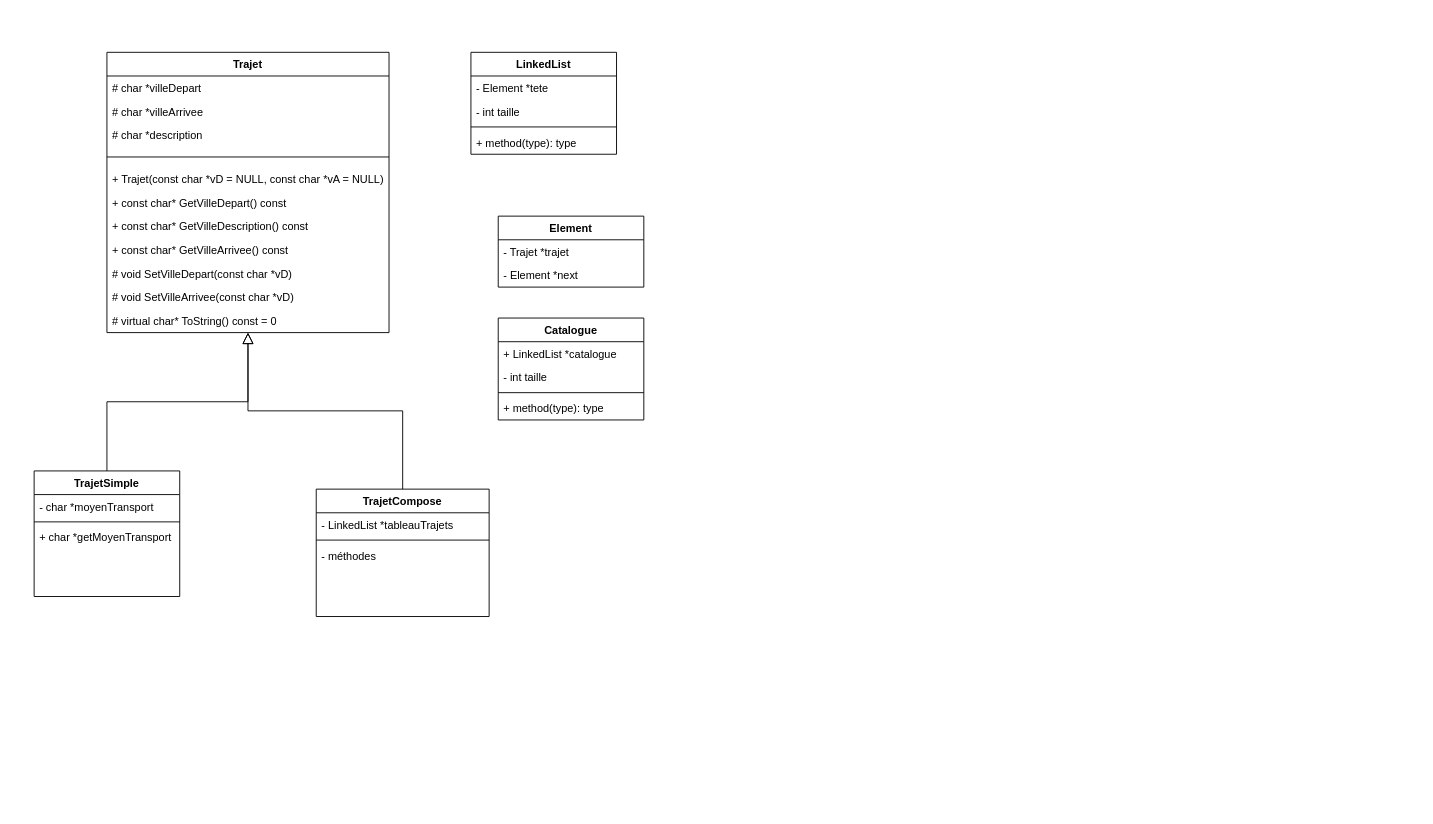
This is CPP_TP1_UML.drawio from Arkpsss/CPP_TP2, a draw.io file, before an edit. Source tidied: cells renumbered, new cells numbered last; positions are measured from the earlier drawing's top-left corner, leaving out a move shared by most shapes. Both pictures are drawn from the tidied source at 91%, with x=0, y=0 at pixel (34, 52).
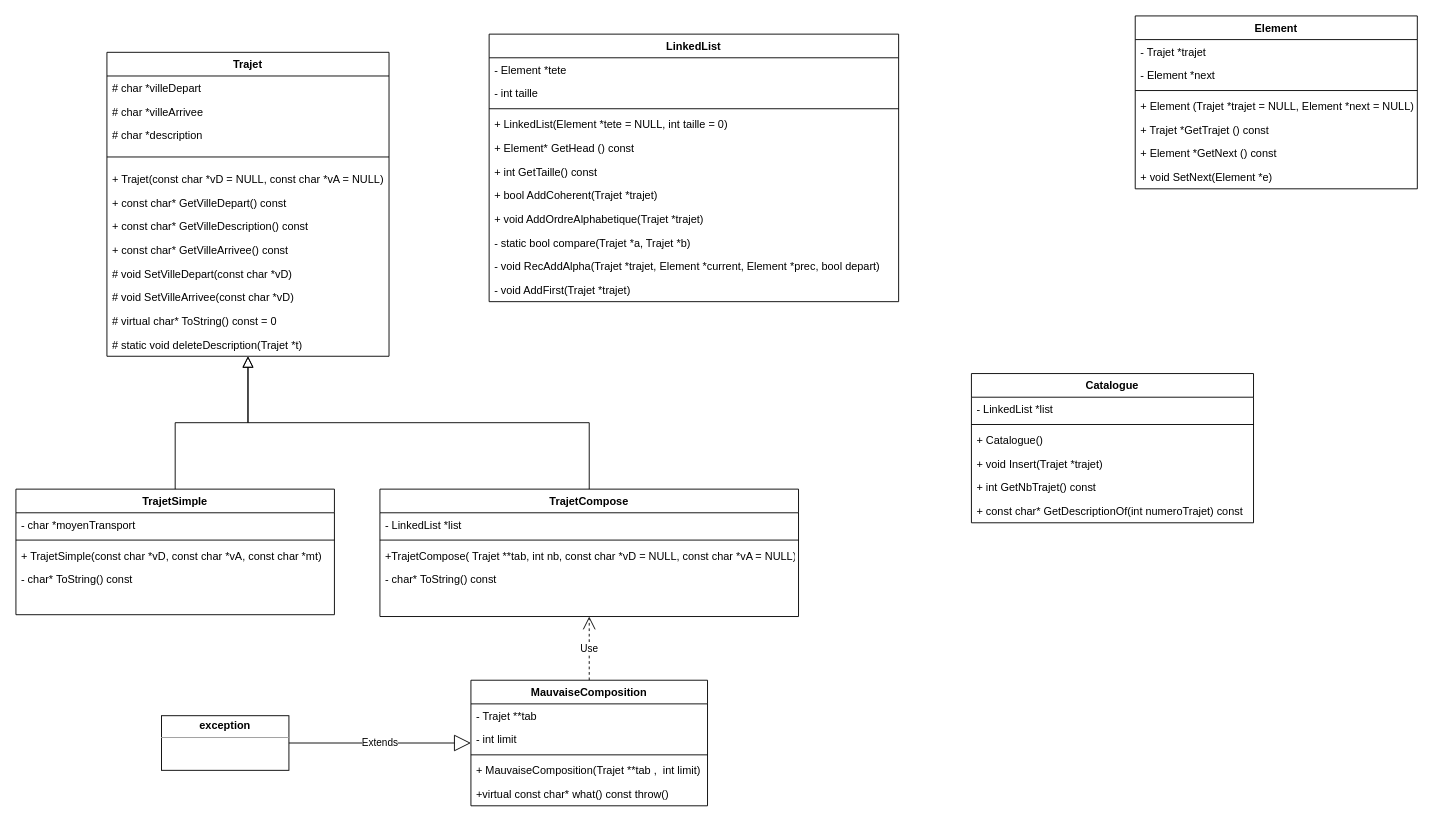
The same diagram, later.

Commit message:
Def des attributs et méthodes pour chaque classe

The edit, as a diff of the source:
```diff
@@
     <mxCell id="2" value="Trajet" style="swimlane;fontStyle=1;align=center;verticalAlign=top;horizontal=1;startSize=26;rounded=0;shadow=0;strokeWidth=1;" parent="1" vertex="1">
-      <mxGeometry x="80" width="310" height="308" as="geometry" />
+      <mxGeometry x="80" width="310" height="334" as="geometry" />
     </mxCell>
@@
+    <mxCell id="37" value="# static void deleteDescription(Trajet *t)" style="text;align=left;verticalAlign=top;spacingLeft=4;spacingRight=4;overflow=hidden;" parent="2" vertex="1">
+      <mxGeometry y="308" width="310" height="26" as="geometry" />
+    </mxCell>
     <mxCell id="14" value="TrajetSimple&#10;" style="swimlane;fontStyle=1;align=center;verticalAlign=top;horizontal=1;startSize=26;rounded=0;shadow=0;strokeWidth=1;" parent="1" vertex="1">
-      <mxGeometry y="460" width="160" height="138" as="geometry" />
+      <mxGeometry x="-20" y="480" width="350" height="138" as="geometry" />
     </mxCell>
     <mxCell id="15" value="- char *moyenTransport" style="text;align=left;verticalAlign=top;spacingLeft=4;spacingRight=4;overflow=hidden;" parent="14" vertex="1">
-      <mxGeometry y="26" width="160" height="26" as="geometry" />
+      <mxGeometry y="26" width="350" height="26" as="geometry" />
     </mxCell>
     <mxCell id="16" style="line;html=1;strokeWidth=1;align=left;verticalAlign=middle;spacingTop=-1;spacingLeft=3;spacingRight=3;labelPosition=right;" parent="14" vertex="1">
-      <mxGeometry y="52" width="160" height="8" as="geometry" />
+      <mxGeometry y="52" width="350" height="8" as="geometry" />
     </mxCell>
-    <mxCell id="17" value="+ char *getMoyenTransport" style="text;align=left;verticalAlign=top;spacingLeft=4;spacingRight=4;overflow=hidden;" parent="14" vertex="1">
-      <mxGeometry y="60" width="160" height="26" as="geometry" />
+    <mxCell id="17" value="+ TrajetSimple(const char *vD, const char *vA, const char *mt)" style="text;align=left;verticalAlign=top;spacingLeft=4;spacingRight=4;overflow=hidden;" parent="14" vertex="1">
+      <mxGeometry y="60" width="350" height="26" as="geometry" />
     </mxCell>
+    <mxCell id="38" value="- char* ToString() const" style="text;align=left;verticalAlign=top;spacingLeft=4;spacingRight=4;overflow=hidden;" parent="14" vertex="1">
+      <mxGeometry y="86" width="350" height="26" as="geometry" />
+    </mxCell>
@@
     <mxCell id="19" value="TrajetCompose" style="swimlane;fontStyle=1;align=center;verticalAlign=top;horizontal=1;startSize=26;rounded=0;shadow=0;strokeWidth=1;" parent="1" vertex="1">
-      <mxGeometry x="310" y="480" width="190" height="140" as="geometry" />
+      <mxGeometry x="380" y="480" width="460" height="140" as="geometry" />
     </mxCell>
-    <mxCell id="20" value="- LinkedList *tableauTrajets" style="text;align=left;verticalAlign=top;spacingLeft=4;spacingRight=4;overflow=hidden;" parent="19" vertex="1">
-      <mxGeometry y="26" width="190" height="26" as="geometry" />
+    <mxCell id="20" value="- LinkedList *list" style="text;align=left;verticalAlign=top;spacingLeft=4;spacingRight=4;overflow=hidden;" parent="19" vertex="1">
+      <mxGeometry y="26" width="460" height="26" as="geometry" />
     </mxCell>
     <mxCell id="21" style="line;html=1;strokeWidth=1;align=left;verticalAlign=middle;spacingTop=-1;spacingLeft=3;spacingRight=3;labelPosition=right;" parent="19" vertex="1">
-      <mxGeometry y="52" width="190" height="8" as="geometry" />
+      <mxGeometry y="52" width="460" height="8" as="geometry" />
     </mxCell>
-    <mxCell id="22" value="- méthodes" style="text;align=left;verticalAlign=top;spacingLeft=4;spacingRight=4;overflow=hidden;" parent="19" vertex="1">
-      <mxGeometry y="60" width="190" height="26" as="geometry" />
+    <mxCell id="22" value="+TrajetCompose( Trajet **tab, int nb, const char *vD = NULL, const char *vA = NULL)" style="text;align=left;verticalAlign=top;spacingLeft=4;spacingRight=4;overflow=hidden;" parent="19" vertex="1">
+      <mxGeometry y="60" width="460" height="26" as="geometry" />
     </mxCell>
+    <mxCell id="39" value="- char* ToString() const" style="text;align=left;verticalAlign=top;spacingLeft=4;spacingRight=4;overflow=hidden;" parent="19" vertex="1">
+      <mxGeometry y="86" width="460" height="26" as="geometry" />
+    </mxCell>
@@
     <mxCell id="24" value="LinkedList" style="swimlane;fontStyle=1;align=center;verticalAlign=top;horizontal=1;startSize=26;" parent="1" vertex="1">
-      <mxGeometry x="480" width="160" height="112" as="geometry" />
+      <mxGeometry x="500" y="-20" width="450" height="294" as="geometry" />
     </mxCell>
-    <mxCell id="25" value="- Element *tete&#10;" style="text;strokeColor=none;fillColor=none;align=left;verticalAlign=top;spacingLeft=4;spacingRight=4;overflow=hidden;" parent="24" vertex="1">
-      <mxGeometry y="26" width="160" height="26" as="geometry" />
+    <mxCell id="25" value="- Element *tete" style="text;strokeColor=none;fillColor=none;align=left;verticalAlign=top;spacingLeft=4;spacingRight=4;overflow=hidden;" parent="24" vertex="1">
+      <mxGeometry y="26" width="450" height="26" as="geometry" />
     </mxCell>
     <mxCell id="26" value="- int taille" style="text;strokeColor=none;fillColor=none;align=left;verticalAlign=top;spacingLeft=4;spacingRight=4;overflow=hidden;" parent="24" vertex="1">
-      <mxGeometry y="52" width="160" height="26" as="geometry" />
+      <mxGeometry y="52" width="450" height="26" as="geometry" />
     </mxCell>
     <mxCell id="27" style="line;strokeWidth=1;fillColor=none;align=left;verticalAlign=middle;spacingTop=-1;spacingLeft=3;spacingRight=3;labelPosition=right;strokeColor=inherit;" parent="24" vertex="1">
-      <mxGeometry y="78" width="160" height="8" as="geometry" />
+      <mxGeometry y="78" width="450" height="8" as="geometry" />
     </mxCell>
-    <mxCell id="28" value="+ method(type): type" style="text;strokeColor=none;fillColor=none;align=left;verticalAlign=top;spacingLeft=4;spacingRight=4;overflow=hidden;" parent="24" vertex="1">
-      <mxGeometry y="86" width="160" height="26" as="geometry" />
+    <mxCell id="28" value="+ LinkedList(Element *tete = NULL, int taille = 0)" style="text;strokeColor=none;fillColor=none;align=left;verticalAlign=top;spacingLeft=4;spacingRight=4;overflow=hidden;" parent="24" vertex="1">
+      <mxGeometry y="86" width="450" height="26" as="geometry" />
     </mxCell>
+    <mxCell id="40" value="+ Element* GetHead () const" style="text;strokeColor=none;fillColor=none;align=left;verticalAlign=top;spacingLeft=4;spacingRight=4;overflow=hidden;" parent="24" vertex="1">
+      <mxGeometry y="112" width="450" height="26" as="geometry" />
+    </mxCell>
+    <mxCell id="41" value="+ int GetTaille() const" style="text;strokeColor=none;fillColor=none;align=left;verticalAlign=top;spacingLeft=4;spacingRight=4;overflow=hidden;" parent="24" vertex="1">
+      <mxGeometry y="138" width="450" height="26" as="geometry" />
+    </mxCell>
+    <mxCell id="42" value="+ bool AddCoherent(Trajet *trajet)" style="text;strokeColor=none;fillColor=none;align=left;verticalAlign=top;spacingLeft=4;spacingRight=4;overflow=hidden;" parent="24" vertex="1">
+      <mxGeometry y="164" width="450" height="26" as="geometry" />
+    </mxCell>
+    <mxCell id="43" value="+ void AddOrdreAlphabetique(Trajet *trajet)" style="text;strokeColor=none;fillColor=none;align=left;verticalAlign=top;spacingLeft=4;spacingRight=4;overflow=hidden;" parent="24" vertex="1">
+      <mxGeometry y="190" width="450" height="26" as="geometry" />
+    </mxCell>
+    <mxCell id="44" value="- static bool compare(Trajet *a, Trajet *b)" style="text;strokeColor=none;fillColor=none;align=left;verticalAlign=top;spacingLeft=4;spacingRight=4;overflow=hidden;" parent="24" vertex="1">
+      <mxGeometry y="216" width="450" height="26" as="geometry" />
+    </mxCell>
+    <mxCell id="45" value="- void RecAddAlpha(Trajet *trajet, Element *current, Element *prec, bool depart)" style="text;strokeColor=none;fillColor=none;align=left;verticalAlign=top;spacingLeft=4;spacingRight=4;overflow=hidden;" parent="24" vertex="1">
+      <mxGeometry y="242" width="450" height="26" as="geometry" />
+    </mxCell>
+    <mxCell id="46" value="- void AddFirst(Trajet *trajet)" style="text;strokeColor=none;fillColor=none;align=left;verticalAlign=top;spacingLeft=4;spacingRight=4;overflow=hidden;" parent="24" vertex="1">
+      <mxGeometry y="268" width="450" height="26" as="geometry" />
+    </mxCell>
     <mxCell id="29" value="Element" style="swimlane;fontStyle=1;horizontal=1;startSize=26;fillColor=none;" parent="1" vertex="1">
-      <mxGeometry x="510" y="180" width="160" height="78" as="geometry" />
+      <mxGeometry x="1210" y="-40" width="310" height="190" as="geometry" />
     </mxCell>
     <mxCell id="30" value="- Trajet *trajet" style="text;strokeColor=none;fillColor=none;align=left;verticalAlign=top;spacingLeft=4;spacingRight=4;overflow=hidden;" parent="29" vertex="1">
-      <mxGeometry y="26" width="160" height="26" as="geometry" />
+      <mxGeometry y="26" width="310" height="26" as="geometry" />
     </mxCell>
     <mxCell id="31" value="- Element *next" style="text;strokeColor=none;fillColor=none;align=left;verticalAlign=top;spacingLeft=4;spacingRight=4;overflow=hidden;" parent="29" vertex="1">
-      <mxGeometry y="52" width="160" height="26" as="geometry" />
+      <mxGeometry y="52" width="310" height="26" as="geometry" />
     </mxCell>
+    <mxCell id="47" style="line;strokeWidth=1;fillColor=none;align=left;verticalAlign=middle;spacingTop=-1;spacingLeft=3;spacingRight=3;labelPosition=right;strokeColor=inherit;" parent="29" vertex="1">
+      <mxGeometry y="78" width="310" height="8" as="geometry" />
+    </mxCell>
+    <mxCell id="48" value="+ Element (Trajet *trajet = NULL, Element *next = NULL)" style="text;strokeColor=none;fillColor=none;align=left;verticalAlign=top;spacingLeft=4;spacingRight=4;overflow=hidden;" parent="29" vertex="1">
+      <mxGeometry y="86" width="310" height="26" as="geometry" />
+    </mxCell>
+    <mxCell id="49" value="+ Trajet *GetTrajet () const" style="text;strokeColor=none;fillColor=none;align=left;verticalAlign=top;spacingLeft=4;spacingRight=4;overflow=hidden;" parent="29" vertex="1">
+      <mxGeometry y="112" width="310" height="26" as="geometry" />
+    </mxCell>
+    <mxCell id="50" value="+ Element *GetNext () const" style="text;strokeColor=none;fillColor=none;align=left;verticalAlign=top;spacingLeft=4;spacingRight=4;overflow=hidden;" parent="29" vertex="1">
+      <mxGeometry y="138" width="310" height="26" as="geometry" />
+    </mxCell>
+    <mxCell id="51" value="+ void SetNext(Element *e)" style="text;strokeColor=none;fillColor=none;align=left;verticalAlign=top;spacingLeft=4;spacingRight=4;overflow=hidden;" parent="29" vertex="1">
+      <mxGeometry y="164" width="310" height="26" as="geometry" />
+    </mxCell>
     <mxCell id="32" value="Catalogue" style="swimlane;fontStyle=1;align=center;verticalAlign=top;horizontal=1;startSize=26;" parent="1" vertex="1">
-      <mxGeometry x="510" y="292" width="160" height="112" as="geometry" />
+      <mxGeometry x="1030" y="353" width="310" height="164" as="geometry" />
     </mxCell>
-    <mxCell id="33" value="+ LinkedList *catalogue&#10;" style="text;strokeColor=none;fillColor=none;align=left;verticalAlign=top;spacingLeft=4;spacingRight=4;overflow=hidden;" parent="32" vertex="1">
-      <mxGeometry y="26" width="160" height="26" as="geometry" />
+    <mxCell id="33" value="- LinkedList *list&#10;" style="text;strokeColor=none;fillColor=none;align=left;verticalAlign=top;spacingLeft=4;spacingRight=4;overflow=hidden;" parent="32" vertex="1">
+      <mxGeometry y="26" width="310" height="26" as="geometry" />
     </mxCell>
-    <mxCell id="34" value="- int taille&#10;" style="text;strokeColor=none;fillColor=none;align=left;verticalAlign=top;spacingLeft=4;spacingRight=4;overflow=hidden;" parent="32" vertex="1">
-      <mxGeometry y="52" width="160" height="26" as="geometry" />
-    </mxCell>
     <mxCell id="35" style="line;strokeWidth=1;fillColor=none;align=left;verticalAlign=middle;spacingTop=-1;spacingLeft=3;spacingRight=3;labelPosition=right;strokeColor=inherit;" parent="32" vertex="1">
-      <mxGeometry y="78" width="160" height="8" as="geometry" />
+      <mxGeometry y="52" width="310" height="8" as="geometry" />
     </mxCell>
-    <mxCell id="36" value="+ method(type): type" style="text;strokeColor=none;fillColor=none;align=left;verticalAlign=top;spacingLeft=4;spacingRight=4;overflow=hidden;" parent="32" vertex="1">
-      <mxGeometry y="86" width="160" height="26" as="geometry" />
+    <mxCell id="36" value="+ Catalogue()" style="text;strokeColor=none;fillColor=none;align=left;verticalAlign=top;spacingLeft=4;spacingRight=4;overflow=hidden;" parent="32" vertex="1">
+      <mxGeometry y="60" width="310" height="26" as="geometry" />
     </mxCell>
+    <mxCell id="52" value="+ void Insert(Trajet *trajet)" style="text;strokeColor=none;fillColor=none;align=left;verticalAlign=top;spacingLeft=4;spacingRight=4;overflow=hidden;" parent="32" vertex="1">
+      <mxGeometry y="86" width="310" height="26" as="geometry" />
+    </mxCell>
+    <mxCell id="53" value="+ int GetNbTrajet() const" style="text;strokeColor=none;fillColor=none;align=left;verticalAlign=top;spacingLeft=4;spacingRight=4;overflow=hidden;" parent="32" vertex="1">
+      <mxGeometry y="112" width="310" height="26" as="geometry" />
+    </mxCell>
+    <mxCell id="54" value="+ const char* GetDescriptionOf(int numeroTrajet) const" style="text;strokeColor=none;fillColor=none;align=left;verticalAlign=top;spacingLeft=4;spacingRight=4;overflow=hidden;" parent="32" vertex="1">
+      <mxGeometry y="138" width="310" height="26" as="geometry" />
+    </mxCell>
+    <mxCell id="55" value="Use" style="endArrow=open;endSize=12;dashed=1;html=1;rounded=0;entryX=0.5;entryY=1;entryDx=0;entryDy=0;exitX=0.5;exitY=0;exitDx=0;exitDy=0;" parent="1" edge="1" source="56" target="19">
+      <mxGeometry relative="1" as="geometry" />
+    </mxCell>
+    <mxCell id="56" value="MauvaiseComposition" style="swimlane;fontStyle=1;align=center;verticalAlign=top;horizontal=1;startSize=26;" parent="1" vertex="1">
+      <mxGeometry x="480" y="690" width="260" height="138" as="geometry" />
+    </mxCell>
+    <mxCell id="57" value="- Trajet **tab" style="text;strokeColor=none;fillColor=none;align=left;verticalAlign=top;spacingLeft=4;spacingRight=4;overflow=hidden;" parent="56" vertex="1">
+      <mxGeometry y="26" width="260" height="26" as="geometry" />
+    </mxCell>
+    <mxCell id="58" value="- int limit" style="text;strokeColor=none;fillColor=none;align=left;verticalAlign=top;spacingLeft=4;spacingRight=4;overflow=hidden;" parent="56" vertex="1">
+      <mxGeometry y="52" width="260" height="26" as="geometry" />
+    </mxCell>
+    <mxCell id="59" style="line;strokeWidth=1;fillColor=none;align=left;verticalAlign=middle;spacingTop=-1;spacingLeft=3;spacingRight=3;labelPosition=right;strokeColor=inherit;" parent="56" vertex="1">
+      <mxGeometry y="78" width="260" height="8" as="geometry" />
+    </mxCell>
+    <mxCell id="60" value="+ MauvaiseComposition(Trajet **tab ,  int limit)" style="text;strokeColor=none;fillColor=none;align=left;verticalAlign=top;spacingLeft=4;spacingRight=4;overflow=hidden;" parent="56" vertex="1">
+      <mxGeometry y="86" width="260" height="26" as="geometry" />
+    </mxCell>
+    <mxCell id="61" value="+virtual const char* what() const throw()" style="text;strokeColor=none;fillColor=none;align=left;verticalAlign=top;spacingLeft=4;spacingRight=4;overflow=hidden;" parent="56" vertex="1">
+      <mxGeometry y="112" width="260" height="26" as="geometry" />
+    </mxCell>
+    <mxCell id="62" value="&lt;p style=&quot;margin:0px;margin-top:4px;text-align:center;&quot;&gt;&lt;b&gt;exception&lt;/b&gt;&lt;br&gt;&lt;/p&gt;&lt;hr size=&quot;1&quot;&gt;&lt;div style=&quot;height:2px;&quot;&gt;&lt;/div&gt;" style="verticalAlign=top;align=left;overflow=fill;fontSize=12;fontFamily=Helvetica;html=1;" parent="1" vertex="1">
+      <mxGeometry x="140" y="729" width="140" height="60" as="geometry" />
+    </mxCell>
+    <mxCell id="63" value="Extends" style="endArrow=block;endSize=16;endFill=0;html=1;rounded=0;exitX=1;exitY=0.5;exitDx=0;exitDy=0;" parent="1" edge="1" source="62" target="56">
+      <mxGeometry relative="1" as="geometry" />
+    </mxCell>
```
